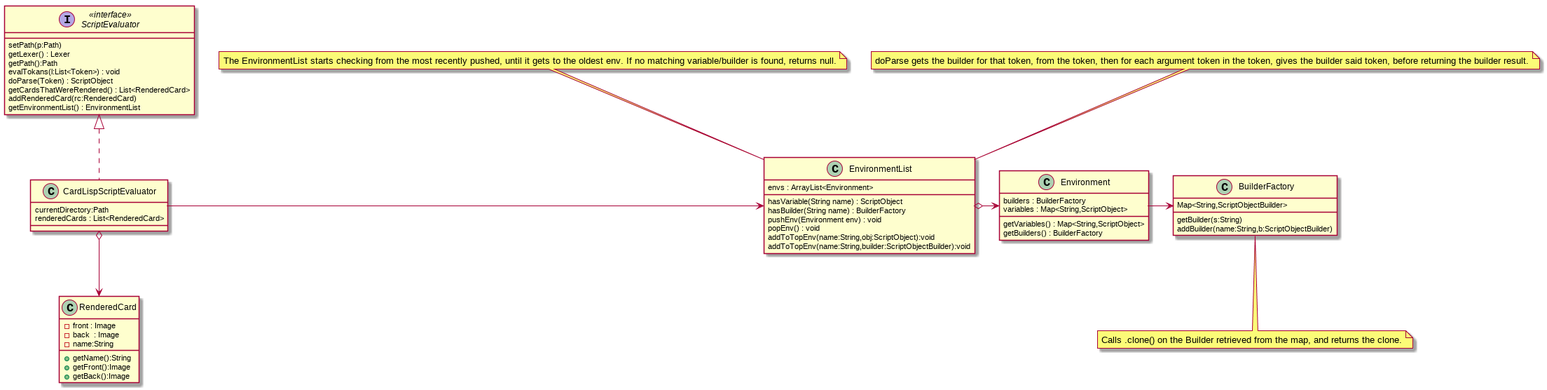
The PlantUML diagram Parsing/ScriptEvaluatorUML.png in MatthewBregg/DesignPatternsRepo, before a commit. Its diagram source:
```plantuml
@startuml
class BuilderFactory

note bottom : Calls .clone() on the Builder retrieved from the map, and returns the clone.

BuilderFactory : Map<String,ScriptObjectBuilder>
BuilderFactory : getBuilder(s:String)
BuilderFactory : addBuilder(name:String,b:ScriptObjectBuilder)

class Environment
Environment : builders : BuilderFactory
Environment : variables : Map<String,ScriptObject>
Environment : getVariables() : Map<String,ScriptObject>
Environment : getBuilders() : BuilderFactory

class EnvironmentList

EnvironmentList : envs : ArrayList<Environment>
EnvironmentList : hasVariable(String name) : ScriptObject
EnvironmentList : hasBuilder(String name) : BuilderFactory
EnvironmentList : pushEnv(Environment env) : void
EnvironmentList : popEnv() : void
EnvironmentList : addToTopEnv(name:String,obj:ScriptObject):void
EnvironmentList : addToTopEnv(name:String,builder:ScriptObjectBuilder):void


note top : The EnvironmentList starts checking from the most recently pushed, until it gets to the oldest env. If no matching variable/builder is found, returns null.

EnvironmentList o-> Environment

interface ScriptEvaluator<<interface>>
class CardLispScriptEvaluator

ScriptEvaluator <|.. CardLispScriptEvaluator

CardLispScriptEvaluator : currentDirectory:Path
CardLispScriptEvaluator : renderedCards : List<RenderedCard>
ScriptEvaluator : setPath(p:Path)
ScriptEvaluator : getLexer() : Lexer
ScriptEvaluator : getPath():Path
ScriptEvaluator : evalTokans(l:List<Token>) : void
ScriptEvaluator : doParse(Token) : ScriptObject
ScriptEvaluator : getCardsThatWereRendered() : List<RenderedCard>
ScriptEvaluator : addRenderedCard(rc:RenderedCard)
ScriptEvaluator : getEnvironmentList() : EnvironmentList

CardLispScriptEvaluator -> EnvironmentList

note top : doParse gets the builder for that token, from the token, then for each argument token in the token, gives the builder said token, before returning the builder result.



Environment -> BuilderFactory


class RenderedCard
RenderedCard : -front : Image
RenderedCard : -back  : Image
RenderedCard : -name:String
RenderedCard : +getName():String
RenderedCard : +getFront():Image
RenderedCard : +getBack():Image

CardLispScriptEvaluator o--> RenderedCard
@enduml
```
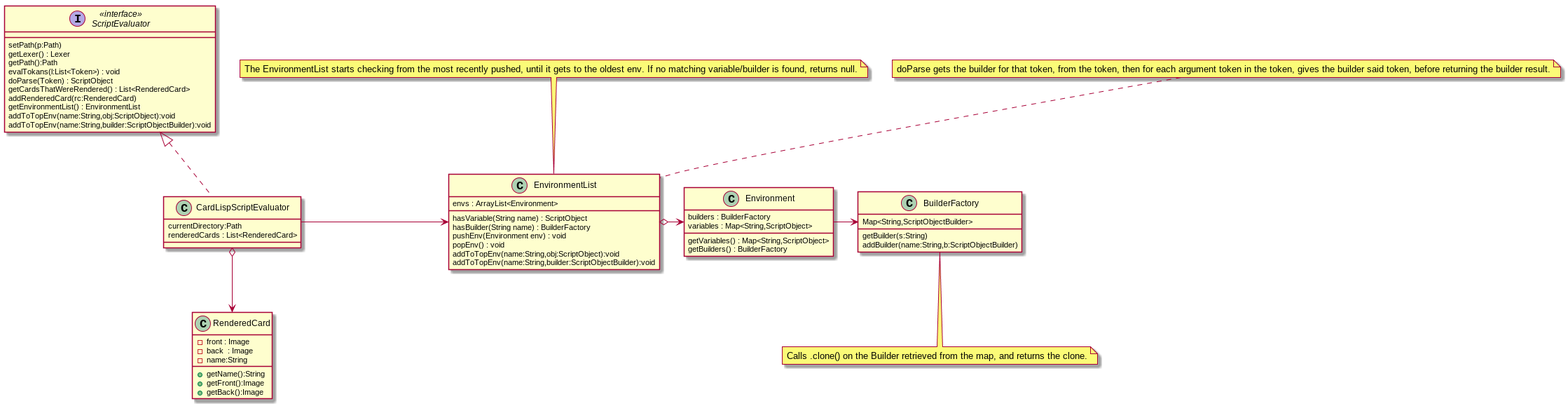
After the change.

Commit message:
Updated lexer driver script evaluator

Diff of the diagram source:
```diff
@@ -44,6 +44,9 @@
 ScriptEvaluator : addRenderedCard(rc:RenderedCard)
 ScriptEvaluator : getEnvironmentList() : EnvironmentList
 
+ScriptEvaluator : addToTopEnv(name:String,obj:ScriptObject):void
+ScriptEvaluator : addToTopEnv(name:String,builder:ScriptObjectBuilder):void
+
 CardLispScriptEvaluator -> EnvironmentList
 
 note top : doParse gets the builder for that token, from the token, then for each argument token in the token, gives the builder said token, before returning the builder result.
```
